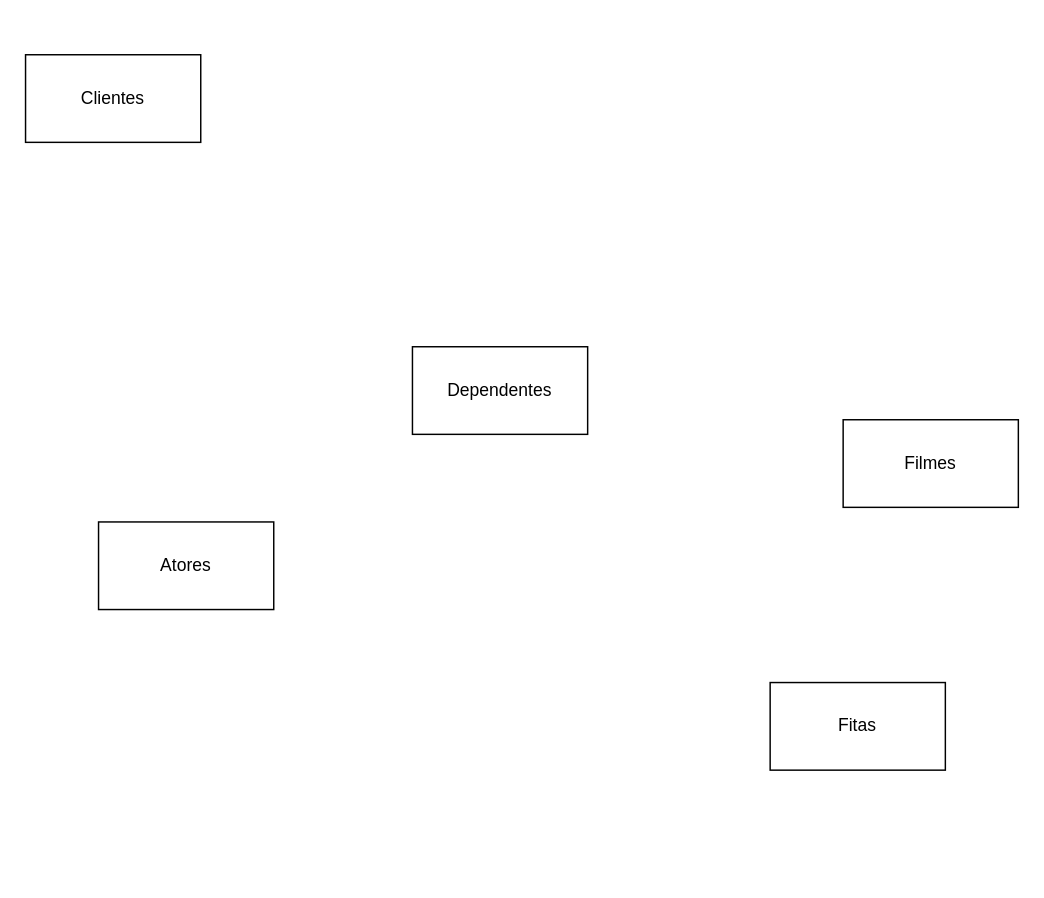
Above: fluxogramas/banco_aula.drawio in caioliveira277/drawio-fluxogramas (draw.io), before the change. Source tidied: cells renumbered, new cells numbered last; positions are measured from the earlier drawing's top-left corner, leaving out a move shared by most shapes. Both pictures are drawn from the tidied source at 146%, with x=0, y=0 at pixel (25, 54).
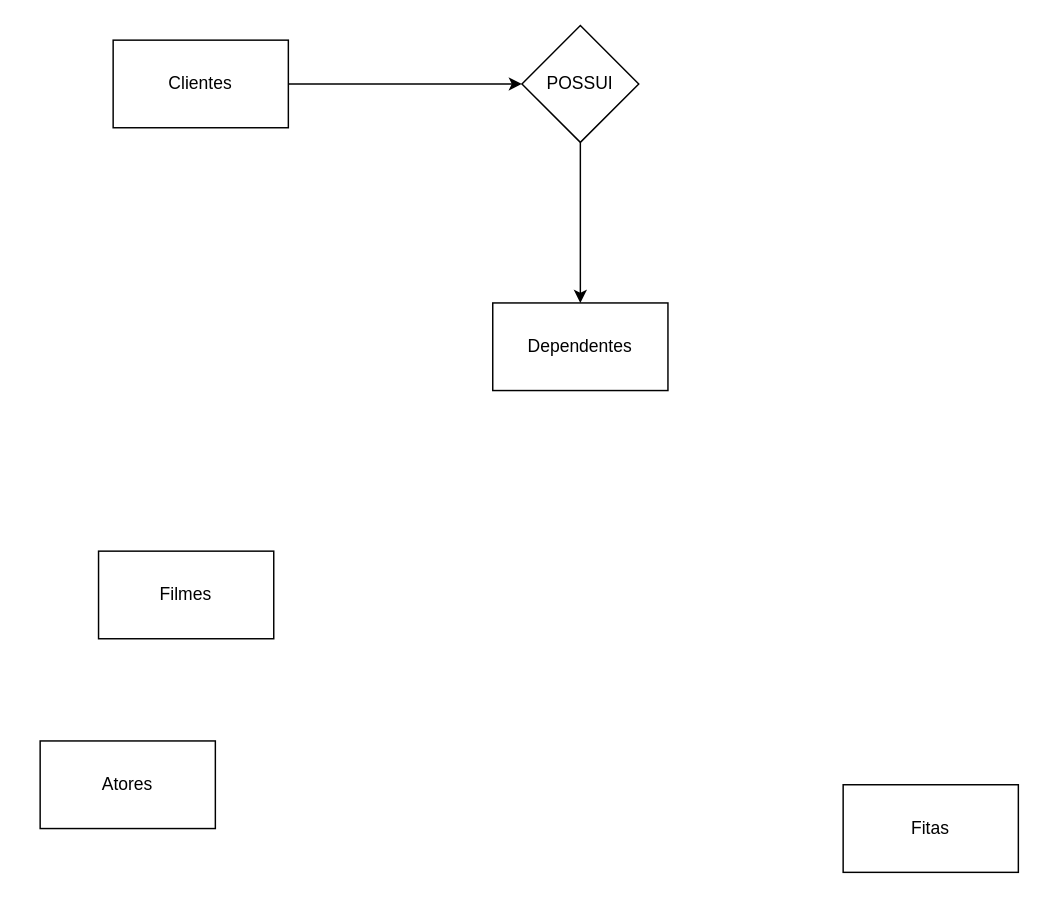
After the change.

What changed in the source:
```diff
@@
 <mxGraphModel>
   <root>
     <mxCell id="0" />
     <mxCell id="1" parent="0" />
+    <mxCell id="7" style="edgeStyle=orthogonalEdgeStyle;rounded=0;jettySize=auto;html=1;entryX=0;entryY=0.5;entryDx=0;entryDy=0;" parent="1" edge="1" source="2" target="9">
+      <mxGeometry relative="1" as="geometry" />
+    </mxCell>
     <mxCell id="2" value="Clientes" style="rounded=0;whiteSpace=wrap;html=1;" parent="1" vertex="1">
-      <mxGeometry width="120" height="60" as="geometry" />
+      <mxGeometry x="60" y="-10" width="120" height="60" as="geometry" />
     </mxCell>
     <mxCell id="3" value="Dependentes" style="rounded=0;whiteSpace=wrap;html=1;" parent="1" vertex="1">
-      <mxGeometry x="265" y="200" width="120" height="60" as="geometry" />
+      <mxGeometry x="320" y="170" width="120" height="60" as="geometry" />
     </mxCell>
     <mxCell id="4" value="Fitas" style="rounded=0;whiteSpace=wrap;html=1;" parent="1" vertex="1">
-      <mxGeometry x="510" y="430" width="120" height="60" as="geometry" />
+      <mxGeometry x="560" y="500" width="120" height="60" as="geometry" />
     </mxCell>
     <mxCell id="5" value="Atores" style="rounded=0;whiteSpace=wrap;html=1;" parent="1" vertex="1">
-      <mxGeometry x="50" y="320" width="120" height="60" as="geometry" />
+      <mxGeometry x="10" y="470" width="120" height="60" as="geometry" />
     </mxCell>
     <mxCell id="6" value="Filmes" style="rounded=0;whiteSpace=wrap;html=1;" parent="1" vertex="1">
-      <mxGeometry x="560" y="250" width="120" height="60" as="geometry" />
+      <mxGeometry x="50" y="340" width="120" height="60" as="geometry" />
     </mxCell>
+    <mxCell id="8" style="edgeStyle=orthogonalEdgeStyle;rounded=0;jettySize=auto;html=1;" parent="1" edge="1" source="9" target="3">
+      <mxGeometry relative="1" as="geometry" />
+    </mxCell>
+    <mxCell id="9" value="POSSUI" style="rhombus;whiteSpace=wrap;html=1;" parent="1" vertex="1">
+      <mxGeometry x="340" y="-20" width="80" height="80" as="geometry" />
+    </mxCell>
   </root>
 </mxGraphModel>
```
